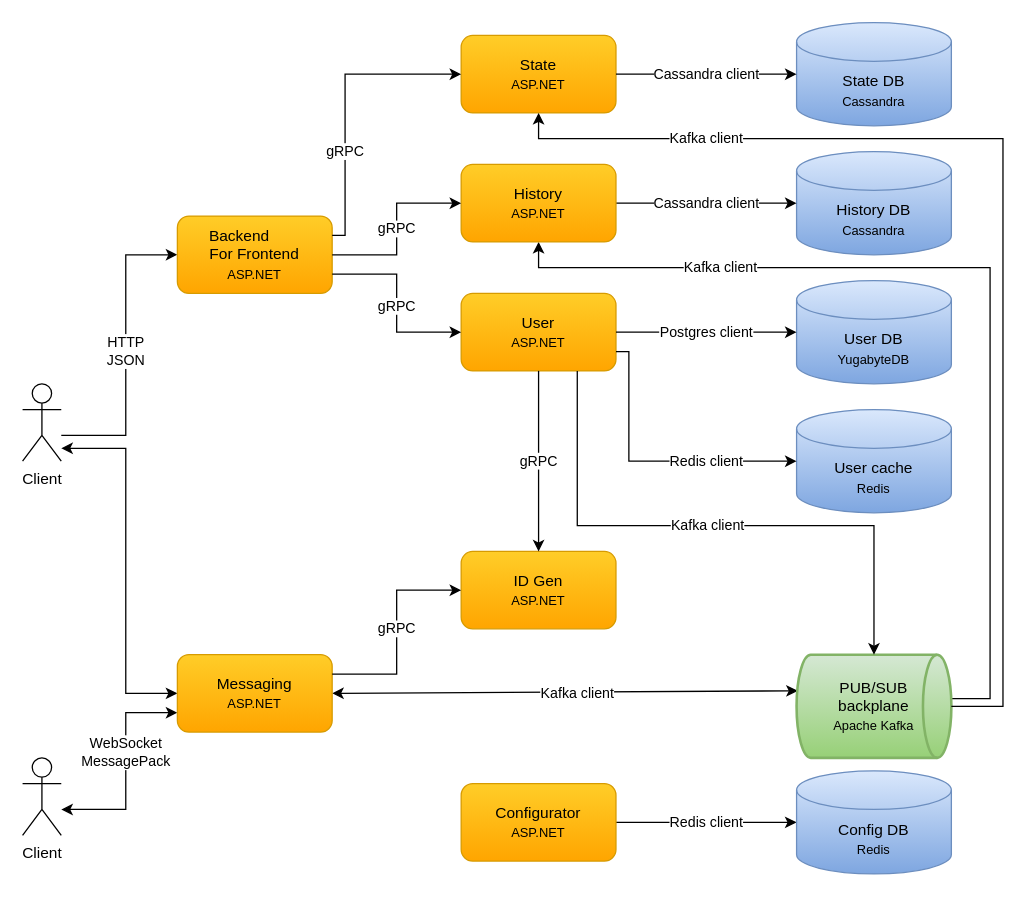
cvetomir-todorov/CecoChat keeps this draw.io diagram as docs/diagrams/cecochat-08-technologies.drawio. Above is the earlier version. Source tidied: cells renumbered, new cells numbered last; positions are measured from the earlier drawing's top-left corner, leaving out a move shared by most shapes. Both pictures are drawn from the tidied source at 129%, with x=0, y=0 at pixel (22, 22).
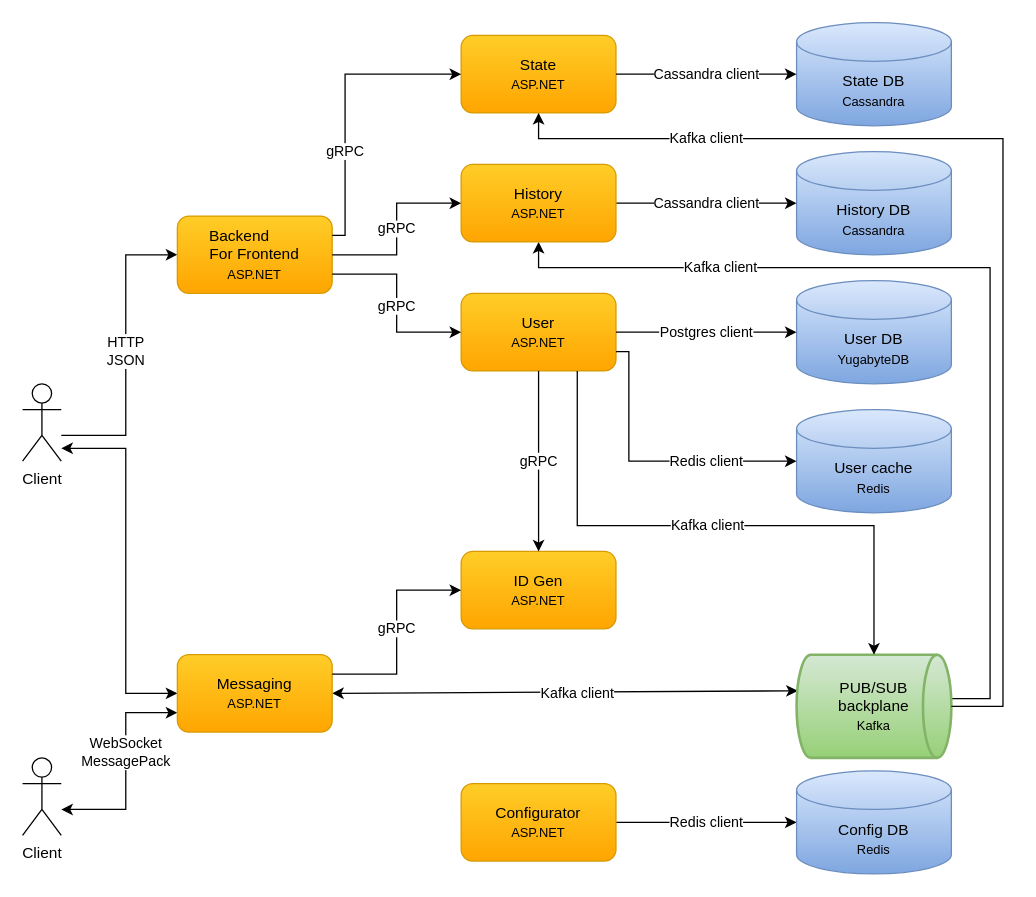
Above is the later version.

Diff of the diagram source:
```diff
@@
-    <mxCell id="10" value="PUB/SUB&lt;br style=&quot;border-color: var(--border-color);&quot;&gt;backplane&lt;br style=&quot;border-color: var(--border-color);&quot;&gt;&lt;font style=&quot;border-color: var(--border-color); font-size: 10px;&quot;&gt;Apache Kafka&lt;/font&gt;" style="strokeWidth=2;html=1;shape=mxgraph.flowchart.direct_data;whiteSpace=wrap;gradientColor=#97d077;fillColor=#d5e8d4;strokeColor=#82b366;" parent="1" vertex="1">
+    <mxCell id="10" value="PUB/SUB&lt;br style=&quot;border-color: var(--border-color);&quot;&gt;backplane&lt;br style=&quot;border-color: var(--border-color);&quot;&gt;&lt;font style=&quot;border-color: var(--border-color); font-size: 10px;&quot;&gt;Kafka&lt;/font&gt;" style="strokeWidth=2;html=1;shape=mxgraph.flowchart.direct_data;whiteSpace=wrap;gradientColor=#97d077;fillColor=#d5e8d4;strokeColor=#82b366;" parent="1" vertex="1">
       <mxGeometry x="600" y="490" width="120" height="80" as="geometry" />
     </mxCell>
```
